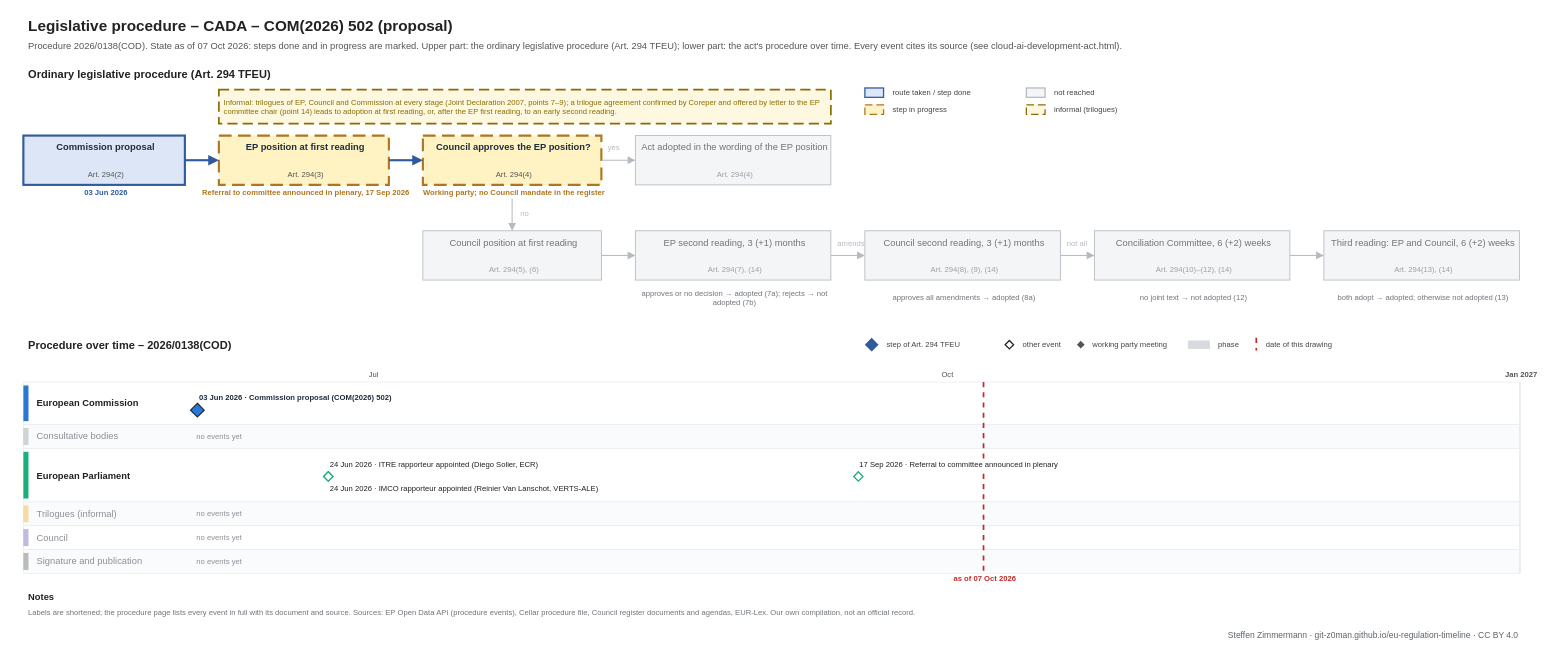
git-z0man/eu-regulation-timeline keeps this draw.io diagram as procedures/cloud-ai-development-act.drawio. Above is the earlier version. Source tidied: cells renumbered, new cells numbered last; positions are measured from the earlier drawing's top-left corner, leaving out a move shared by most shapes. Both pictures are drawn from the tidied source at 85%, with x=0, y=0 at pixel (14, 14).
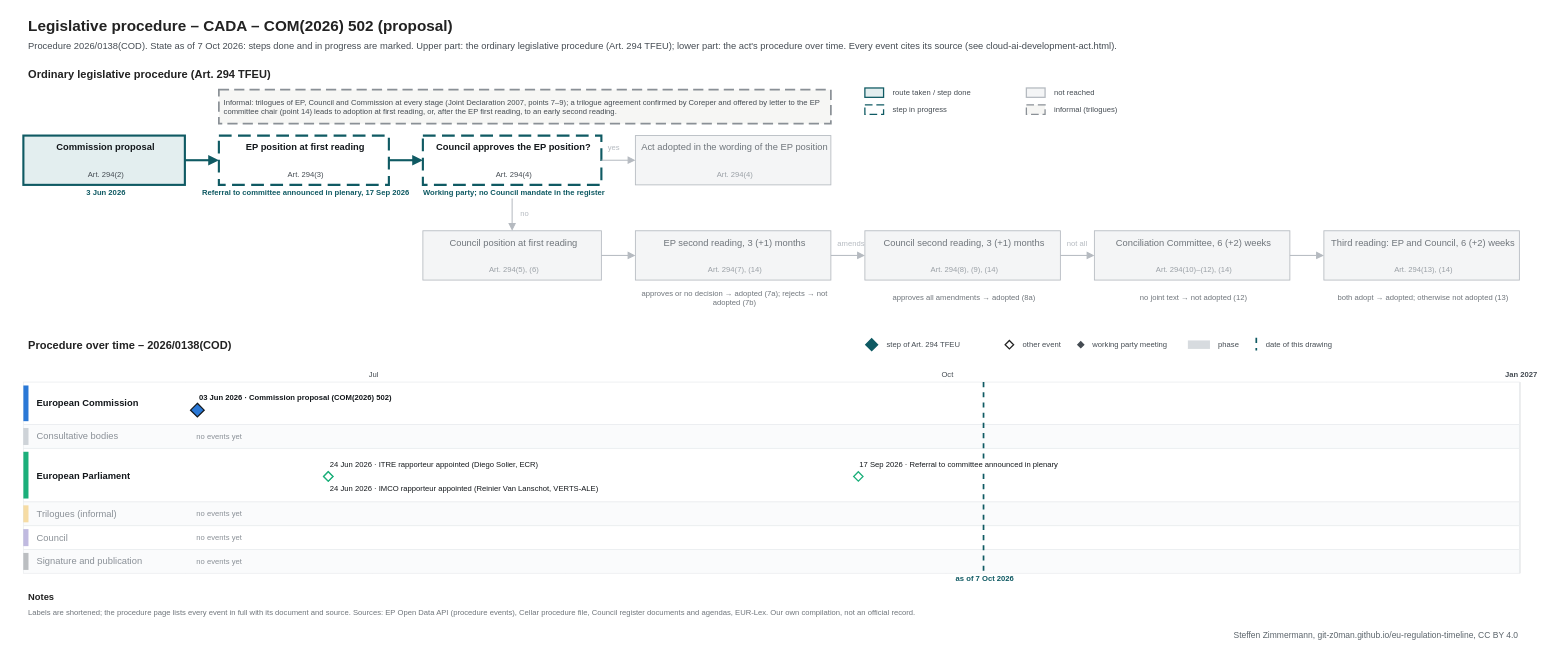
After the change.

Diff of the diagram source:
```diff
@@
-    <mxCell id="3" value="Procedure 2026/0138(COD). State as of 07 Oct 2026: steps done and in progress are marked. Upper part: the ordinary legislative procedure (Art. 294 TFEU); lower part: the act's procedure over time. Every event cites its source (see cloud-ai-development-act.html)." style="text;html=1;fontSize=11;fontColor=#555555;align=left;verticalAlign=middle;spacingLeft=4;" parent="1" vertex="1">
+    <mxCell id="3" value="Procedure 2026/0138(COD). State as of 7 Oct 2026: steps done and in progress are marked. Upper part: the ordinary legislative procedure (Art. 294 TFEU); lower part: the act's procedure over time. Every event cites its source (see cloud-ai-development-act.html)." style="text;html=1;fontSize=11;fontColor=#454c53;align=left;verticalAlign=middle;spacingLeft=4;" parent="1" vertex="1">
       <mxGeometry x="10" y="28" width="1700" height="18" as="geometry" />
     </mxCell>
@@
-    <mxCell id="5" style="rounded=0;arcSize=50;fillColor=#dce6f6;strokeColor=#2f5a9e;strokeWidth=1.5;" parent="1" vertex="1">
+    <mxCell id="5" style="rounded=0;arcSize=50;fillColor=#e3eeef;strokeColor=#0f5a63;strokeWidth=1.5;" parent="1" vertex="1">
       <mxGeometry x="1000" y="86" width="22" height="11" as="geometry" />
     </mxCell>
-    <mxCell id="6" value="route taken / step done" style="text;html=1;fontSize=9;fontColor=#444444;align=left;verticalAlign=middle;spacingLeft=4;" parent="1" vertex="1">
+    <mxCell id="6" value="route taken / step done" style="text;html=1;fontSize=9;fontColor=#454c53;align=left;verticalAlign=middle;spacingLeft=4;" parent="1" vertex="1">
       <mxGeometry x="1027" y="84" width="150" height="15" as="geometry" />
     </mxCell>
-    <mxCell id="7" style="rounded=0;arcSize=50;fillColor=#fff3c4;strokeColor=#b07520;dashed=1;dashPattern=6 3;strokeWidth=2;strokeWidth=1.5;" parent="1" vertex="1">
+    <mxCell id="7" style="rounded=0;arcSize=50;fillColor=#ffffff;strokeColor=#0f5a63;dashed=1;dashPattern=6 3;strokeWidth=2;strokeWidth=1.5;" parent="1" vertex="1">
       <mxGeometry x="1000" y="106" width="22" height="11" as="geometry" />
     </mxCell>
-    <mxCell id="8" value="step in progress" style="text;html=1;fontSize=9;fontColor=#444444;align=left;verticalAlign=middle;spacingLeft=4;" parent="1" vertex="1">
+    <mxCell id="8" value="step in progress" style="text;html=1;fontSize=9;fontColor=#454c53;align=left;verticalAlign=middle;spacingLeft=4;" parent="1" vertex="1">
       <mxGeometry x="1027" y="104" width="150" height="15" as="geometry" />
     </mxCell>
@@
-    <mxCell id="10" value="not reached" style="text;html=1;fontSize=9;fontColor=#444444;align=left;verticalAlign=middle;spacingLeft=4;" parent="1" vertex="1">
+    <mxCell id="10" value="not reached" style="text;html=1;fontSize=9;fontColor=#454c53;align=left;verticalAlign=middle;spacingLeft=4;" parent="1" vertex="1">
       <mxGeometry x="1217" y="84" width="150" height="15" as="geometry" />
     </mxCell>
-    <mxCell id="11" style="rounded=0;arcSize=50;fillColor=#fff8e1;strokeColor=#8a6d00;dashed=1;dashPattern=6 3;strokeWidth=2;strokeWidth=1.5;" parent="1" vertex="1">
+    <mxCell id="11" style="rounded=0;arcSize=50;fillColor=#f6f6f4;strokeColor=#8a9096;dashed=1;dashPattern=6 3;strokeWidth=2;strokeWidth=1.5;" parent="1" vertex="1">
       <mxGeometry x="1190" y="106" width="22" height="11" as="geometry" />
     </mxCell>
-    <mxCell id="12" value="informal (trilogues)" style="text;html=1;fontSize=9;fontColor=#444444;align=left;verticalAlign=middle;spacingLeft=4;" parent="1" vertex="1">
+    <mxCell id="12" value="informal (trilogues)" style="text;html=1;fontSize=9;fontColor=#454c53;align=left;verticalAlign=middle;spacingLeft=4;" parent="1" vertex="1">
       <mxGeometry x="1217" y="104" width="150" height="15" as="geometry" />
     </mxCell>
-    <mxCell id="13" style="rounded=0;arcSize=50;fillColor=#dce6f6;strokeColor=#2f5a9e;strokeWidth=2.5;" parent="1" vertex="1">
+    <mxCell id="13" style="rounded=0;arcSize=50;fillColor=#e3eeef;strokeColor=#0f5a63;strokeWidth=2.5;" parent="1" vertex="1">
       <mxGeometry x="10" y="142" width="190" height="58" as="geometry" />
     </mxCell>
-    <mxCell id="14" value="Commission proposal" style="text;html=1;fontSize=11;fontColor=#1f2d3d;align=center;verticalAlign=middle;spacingLeft=4;fontStyle=1;whiteSpace=wrap;" parent="1" vertex="1">
+    <mxCell id="14" value="Commission proposal" style="text;html=1;fontSize=11;fontColor=#14181c;align=center;verticalAlign=middle;spacingLeft=4;fontStyle=1;whiteSpace=wrap;" parent="1" vertex="1">
       <mxGeometry x="10" y="146" width="190" height="20" as="geometry" />
     </mxCell>
-    <mxCell id="15" value="Art. 294(2)" style="text;html=1;fontSize=9;fontColor=#555555;align=center;verticalAlign=middle;spacingLeft=4;" parent="1" vertex="1">
+    <mxCell id="15" value="Art. 294(2)" style="text;html=1;fontSize=9;fontColor=#454c53;align=center;verticalAlign=middle;spacingLeft=4;" parent="1" vertex="1">
       <mxGeometry x="10" y="180" width="190" height="16" as="geometry" />
     </mxCell>
-    <mxCell id="16" value="03 Jun 2026" style="text;html=1;fontSize=9;fontColor=#2f5a9e;align=center;verticalAlign=middle;spacingLeft=4;fontStyle=1;" parent="1" vertex="1">
+    <mxCell id="16" value="3 Jun 2026" style="text;html=1;fontSize=9;fontColor=#0f5a63;align=center;verticalAlign=middle;spacingLeft=4;fontStyle=1;" parent="1" vertex="1">
       <mxGeometry y="202" width="210" height="14" as="geometry" />
     </mxCell>
-    <mxCell id="17" style="rounded=0;arcSize=50;fillColor=#fff3c4;strokeColor=#b07520;dashed=1;dashPattern=6 3;strokeWidth=2;strokeWidth=2.5;" parent="1" vertex="1">
+    <mxCell id="17" style="rounded=0;arcSize=50;fillColor=#ffffff;strokeColor=#0f5a63;dashed=1;dashPattern=6 3;strokeWidth=2;strokeWidth=2.5;" parent="1" vertex="1">
       <mxGeometry x="240" y="142" width="200" height="58" as="geometry" />
     </mxCell>
-    <mxCell id="18" value="EP position at first reading" style="text;html=1;fontSize=11;fontColor=#1f2d3d;align=center;verticalAlign=middle;spacingLeft=4;fontStyle=1;whiteSpace=wrap;" parent="1" vertex="1">
+    <mxCell id="18" value="EP position at first reading" style="text;html=1;fontSize=11;fontColor=#14181c;align=center;verticalAlign=middle;spacingLeft=4;fontStyle=1;whiteSpace=wrap;" parent="1" vertex="1">
       <mxGeometry x="240" y="146" width="200" height="20" as="geometry" />
     </mxCell>
-    <mxCell id="19" value="Art. 294(3)" style="text;html=1;fontSize=9;fontColor=#555555;align=center;verticalAlign=middle;spacingLeft=4;" parent="1" vertex="1">
+    <mxCell id="19" value="Art. 294(3)" style="text;html=1;fontSize=9;fontColor=#454c53;align=center;verticalAlign=middle;spacingLeft=4;" parent="1" vertex="1">
       <mxGeometry x="240" y="180" width="200" height="16" as="geometry" />
     </mxCell>
-    <mxCell id="20" value="Referral to committee announced in plenary, 17 Sep 2026" style="text;html=1;fontSize=9;fontColor=#b07520;align=center;verticalAlign=middle;spacingLeft=4;fontStyle=1;" parent="1" vertex="1">
+    <mxCell id="20" value="Referral to committee announced in plenary, 17 Sep 2026" style="text;html=1;fontSize=9;fontColor=#0f5a63;align=center;verticalAlign=middle;spacingLeft=4;fontStyle=1;" parent="1" vertex="1">
       <mxGeometry x="230" y="202" width="220" height="14" as="geometry" />
     </mxCell>
-    <mxCell id="21" style="rounded=0;arcSize=50;fillColor=#fff3c4;strokeColor=#b07520;dashed=1;dashPattern=6 3;strokeWidth=2;strokeWidth=2.5;" parent="1" vertex="1">
+    <mxCell id="21" style="rounded=0;arcSize=50;fillColor=#ffffff;strokeColor=#0f5a63;dashed=1;dashPattern=6 3;strokeWidth=2;strokeWidth=2.5;" parent="1" vertex="1">
       <mxGeometry x="480" y="142" width="210" height="58" as="geometry" />
     </mxCell>
-    <mxCell id="22" value="Council approves the EP position?" style="text;html=1;fontSize=11;fontColor=#1f2d3d;align=center;verticalAlign=middle;spacingLeft=4;fontStyle=1;whiteSpace=wrap;" parent="1" vertex="1">
+    <mxCell id="22" value="Council approves the EP position?" style="text;html=1;fontSize=11;fontColor=#14181c;align=center;verticalAlign=middle;spacingLeft=4;fontStyle=1;whiteSpace=wrap;" parent="1" vertex="1">
       <mxGeometry x="480" y="146" width="210" height="20" as="geometry" />
     </mxCell>
-    <mxCell id="23" value="Art. 294(4)" style="text;html=1;fontSize=9;fontColor=#555555;align=center;verticalAlign=middle;spacingLeft=4;" parent="1" vertex="1">
+    <mxCell id="23" value="Art. 294(4)" style="text;html=1;fontSize=9;fontColor=#454c53;align=center;verticalAlign=middle;spacingLeft=4;" parent="1" vertex="1">
       <mxGeometry x="480" y="180" width="210" height="16" as="geometry" />
     </mxCell>
-    <mxCell id="24" value="Working party; no Council mandate in the register" style="text;html=1;fontSize=9;fontColor=#b07520;align=center;verticalAlign=middle;spacingLeft=4;fontStyle=1;" parent="1" vertex="1">
+    <mxCell id="24" value="Working party; no Council mandate in the register" style="text;html=1;fontSize=9;fontColor=#0f5a63;align=center;verticalAlign=middle;spacingLeft=4;fontStyle=1;" parent="1" vertex="1">
       <mxGeometry x="470" y="202" width="230" height="14" as="geometry" />
     </mxCell>
@@
-    <mxCell id="47" style="endArrow=block;endFill=1;html=1;rounded=0;strokeColor=#2f5a9e;strokeWidth=2.5;" parent="1" edge="1">
+    <mxCell id="47" style="endArrow=block;endFill=1;html=1;rounded=0;strokeColor=#0f5a63;strokeWidth=2.5;" parent="1" edge="1">
       <mxGeometry relative="1" as="geometry">
         <mxPoint x="200" y="171" as="sourcePoint" />
         <mxPoint x="240" y="171" as="targetPoint" />
       </mxGeometry>
     </mxCell>
-    <mxCell id="48" style="endArrow=block;endFill=1;html=1;rounded=0;strokeColor=#2f5a9e;strokeWidth=2.5;" parent="1" edge="1">
+    <mxCell id="48" style="endArrow=block;endFill=1;html=1;rounded=0;strokeColor=#0f5a63;strokeWidth=2.5;" parent="1" edge="1">
       <mxGeometry relative="1" as="geometry">
         <mxPoint x="440" y="171" as="sourcePoint" />
         <mxPoint x="480" y="171" as="targetPoint" />
       </mxGeometry>
     </mxCell>
@@
-    <mxCell id="59" style="rounded=0;arcSize=50;fillColor=#fff8e1;strokeColor=#8a6d00;dashed=1;dashPattern=6 3;strokeWidth=2;" parent="1" vertex="1">
+    <mxCell id="59" style="rounded=0;arcSize=50;fillColor=#f6f6f4;strokeColor=#8a9096;dashed=1;dashPattern=6 3;strokeWidth=2;" parent="1" vertex="1">
       <mxGeometry x="240" y="88" width="720" height="40" as="geometry" />
     </mxCell>
-    <mxCell id="60" value="Informal: trilogues of EP, Council and Commission at every stage (Joint Declaration 2007, points 7–9); a trilogue agreement confirmed by Coreper and offered by letter to the EP committee chair (point 14) leads to adoption at first reading, or, after the EP first reading, to an early second reading." style="text;html=1;fontSize=9;fontColor=#8a6d00;align=left;verticalAlign=middle;spacingLeft=4;whiteSpace=wrap;" parent="1" vertex="1">
+    <mxCell id="60" value="Informal: trilogues of EP, Council and Commission at every stage (Joint Declaration 2007, points 7–9); a trilogue agreement confirmed by Coreper and offered by letter to the EP committee chair (point 14) leads to adoption at first reading, or, after the EP first reading, to an early second reading." style="text;html=1;fontSize=9;fontColor=#454c53;align=left;verticalAlign=middle;spacingLeft=4;whiteSpace=wrap;" parent="1" vertex="1">
       <mxGeometry x="240" y="88" width="720" height="40" as="geometry" />
     </mxCell>
@@
-    <mxCell id="62" style="rhombus;fillColor=#2f5a9e;strokeColor=#2f5a9e;strokeWidth=1.5;" parent="1" vertex="1">
+    <mxCell id="62" style="rhombus;fillColor=#0f5a63;strokeColor=#0f5a63;strokeWidth=1.5;" parent="1" vertex="1">
       <mxGeometry x="1001" y="381" width="14" height="14" as="geometry" />
     </mxCell>
-    <mxCell id="63" value="step of Art. 294 TFEU" style="text;html=1;fontSize=9;fontColor=#444444;align=left;verticalAlign=middle;spacingLeft=4;" parent="1" vertex="1">
+    <mxCell id="63" value="step of Art. 294 TFEU" style="text;html=1;fontSize=9;fontColor=#454c53;align=left;verticalAlign=middle;spacingLeft=4;" parent="1" vertex="1">
       <mxGeometry x="1020" y="380" width="210" height="15" as="geometry" />
     </mxCell>
@@
-    <mxCell id="65" value="other event" style="text;html=1;fontSize=9;fontColor=#444444;align=left;verticalAlign=middle;spacingLeft=4;" parent="1" vertex="1">
+    <mxCell id="65" value="other event" style="text;html=1;fontSize=9;fontColor=#454c53;align=left;verticalAlign=middle;spacingLeft=4;" parent="1" vertex="1">
       <mxGeometry x="1180" y="380" width="120" height="15" as="geometry" />
     </mxCell>
-    <mxCell id="66" style="rhombus;fillColor=#555555;strokeColor=#555555;strokeWidth=1.5;" parent="1" vertex="1">
+    <mxCell id="66" style="rhombus;fillColor=#454c53;strokeColor=#454c53;strokeWidth=1.5;" parent="1" vertex="1">
       <mxGeometry x="1250.5" y="384.5" width="7" height="7" as="geometry" />
     </mxCell>
-    <mxCell id="67" value="working party meeting" style="text;html=1;fontSize=9;fontColor=#444444;align=left;verticalAlign=middle;spacingLeft=4;" parent="1" vertex="1">
+    <mxCell id="67" value="working party meeting" style="text;html=1;fontSize=9;fontColor=#454c53;align=left;verticalAlign=middle;spacingLeft=4;" parent="1" vertex="1">
       <mxGeometry x="1262" y="380" width="160" height="15" as="geometry" />
     </mxCell>
@@
-    <mxCell id="69" value="phase" style="text;html=1;fontSize=9;fontColor=#444444;align=left;verticalAlign=middle;spacingLeft=4;" parent="1" vertex="1">
+    <mxCell id="69" value="phase" style="text;html=1;fontSize=9;fontColor=#454c53;align=left;verticalAlign=middle;spacingLeft=4;" parent="1" vertex="1">
       <mxGeometry x="1410" y="380" width="160" height="15" as="geometry" />
     </mxCell>
-    <mxCell id="70" style="line;html=1;strokeWidth=2;strokeColor=#c62828;direction=south;dashed=1;" parent="1" vertex="1">
+    <mxCell id="70" style="line;html=1;strokeWidth=2;strokeColor=#0f5a63;direction=south;dashed=1;" parent="1" vertex="1">
       <mxGeometry x="1460" y="380" width="1" height="15" as="geometry" />
     </mxCell>
-    <mxCell id="71" value="date of this drawing" style="text;html=1;fontSize=9;fontColor=#444444;align=left;verticalAlign=middle;spacingLeft=4;" parent="1" vertex="1">
+    <mxCell id="71" value="date of this drawing" style="text;html=1;fontSize=9;fontColor=#454c53;align=left;verticalAlign=middle;spacingLeft=4;" parent="1" vertex="1">
       <mxGeometry x="1466" y="380" width="160" height="15" as="geometry" />
     </mxCell>
@@
-    <mxCell id="74" value="Jul" style="text;html=1;fontSize=9;fontColor=#555555;align=center;verticalAlign=middle;spacingLeft=4;" parent="1" vertex="1">
+    <mxCell id="74" value="Jul" style="text;html=1;fontSize=9;fontColor=#454c53;align=center;verticalAlign=middle;spacingLeft=4;" parent="1" vertex="1">
       <mxGeometry x="390.1" y="418" width="60" height="12" as="geometry" />
     </mxCell>
@@
-    <mxCell id="78" value="Oct" style="text;html=1;fontSize=9;fontColor=#555555;align=center;verticalAlign=middle;spacingLeft=4;" parent="1" vertex="1">
+    <mxCell id="78" value="Oct" style="text;html=1;fontSize=9;fontColor=#454c53;align=center;verticalAlign=middle;spacingLeft=4;" parent="1" vertex="1">
       <mxGeometry x="1065" y="418" width="60" height="12" as="geometry" />
     </mxCell>
@@
-    <mxCell id="82" value="Jan 2027" style="text;html=1;fontSize=9;fontColor=#555555;align=center;verticalAlign=middle;spacingLeft=4;fontStyle=1;" parent="1" vertex="1">
+    <mxCell id="82" value="Jan 2027" style="text;html=1;fontSize=9;fontColor=#454c53;align=center;verticalAlign=middle;spacingLeft=4;fontStyle=1;" parent="1" vertex="1">
       <mxGeometry x="1740" y="418" width="60" height="12" as="geometry" />
     </mxCell>
@@
-    <mxCell id="85" value="European Commission" style="text;html=1;fontSize=11;fontColor=#222222;align=left;verticalAlign=middle;spacingLeft=4;fontStyle=1;whiteSpace=wrap;" parent="1" vertex="1">
+    <mxCell id="85" value="European Commission" style="text;html=1;fontSize=11;fontColor=#14181c;align=left;verticalAlign=middle;spacingLeft=4;fontStyle=1;whiteSpace=wrap;" parent="1" vertex="1">
       <mxGeometry x="20" y="432" width="174" height="50" as="geometry" />
     </mxCell>
@@
-    <mxCell id="92" value="European Parliament" style="text;html=1;fontSize=11;fontColor=#222222;align=left;verticalAlign=middle;spacingLeft=4;fontStyle=1;whiteSpace=wrap;" parent="1" vertex="1">
+    <mxCell id="92" value="European Parliament" style="text;html=1;fontSize=11;fontColor=#14181c;align=left;verticalAlign=middle;spacingLeft=4;fontStyle=1;whiteSpace=wrap;" parent="1" vertex="1">
       <mxGeometry x="20" y="510" width="174" height="63" as="geometry" />
     </mxCell>
@@
-    <mxCell id="102" style="rounded=0;arcSize=50;fillColor=#444444;strokeColor=none;opacity=35;" parent="1" vertex="1">
+    <mxCell id="102" style="rounded=0;arcSize=50;fillColor=#454c53;strokeColor=none;opacity=35;" parent="1" vertex="1">
       <mxGeometry x="10" y="633" width="6" height="20" as="geometry" />
     </mxCell>
@@
-    <mxCell id="105" style="line;html=1;strokeWidth=2;strokeColor=#c62828;direction=south;dashed=1;" parent="1" vertex="1">
+    <mxCell id="105" style="line;html=1;strokeWidth=2;strokeColor=#0f5a63;direction=south;dashed=1;" parent="1" vertex="1">
       <mxGeometry x="1139.1" y="432" width="1" height="225" as="geometry" />
     </mxCell>
-    <mxCell id="106" value="as of 07 Oct 2026" style="text;html=1;fontSize=9;fontColor=#c62828;align=center;verticalAlign=middle;spacingLeft=4;fontStyle=1;" parent="1" vertex="1">
+    <mxCell id="106" value="as of 7 Oct 2026" style="text;html=1;fontSize=9;fontColor=#0f5a63;align=center;verticalAlign=middle;spacingLeft=4;fontStyle=1;" parent="1" vertex="1">
       <mxGeometry x="1079.1" y="658" width="120" height="12" as="geometry" />
     </mxCell>
-    <mxCell id="107" value="03 Jun 2026 · Commission proposal (COM(2026) 502)" style="text;html=1;fontSize=9;fontColor=#1f2d3d;align=left;verticalAlign=middle;spacingLeft=4;fontStyle=1;fillColor=#ffffff;" parent="1" vertex="1">
+    <mxCell id="107" value="03 Jun 2026 · Commission proposal (COM(2026) 502)" style="text;html=1;fontSize=9;fontColor=#14181c;align=left;verticalAlign=middle;spacingLeft=4;fontStyle=1;fillColor=#ffffff;" parent="1" vertex="1">
       <mxGeometry x="210.7" y="445" width="253" height="12" as="geometry" />
     </mxCell>
-    <mxCell id="108" style="rhombus;fillColor=#2a78d6;strokeColor=#1f2d3d;strokeWidth=1.5;" parent="1" vertex="1">
+    <mxCell id="108" style="rhombus;fillColor=#2a78d6;strokeColor=#14181c;strokeWidth=1.5;" parent="1" vertex="1">
       <mxGeometry x="206.7" y="457" width="16" height="16" as="geometry" />
     </mxCell>
-    <mxCell id="109" value="24 Jun 2026 · ITRE rapporteur appointed (Diego Solier, ECR)" style="text;html=1;fontSize=9;fontColor=#222222;align=left;verticalAlign=middle;spacingLeft=4;fillColor=#ffffff;" parent="1" vertex="1">
+    <mxCell id="109" value="24 Jun 2026 · ITRE rapporteur appointed (Diego Solier, ECR)" style="text;html=1;fontSize=9;fontColor=#14181c;align=left;verticalAlign=middle;spacingLeft=4;fillColor=#ffffff;" parent="1" vertex="1">
       <mxGeometry x="364.7" y="523" width="285.3" height="12" as="geometry" />
     </mxCell>
-    <mxCell id="110" value="24 Jun 2026 · IMCO rapporteur appointed (Reinier Van Lanschot, VERTS-ALE)" style="text;html=1;fontSize=9;fontColor=#222222;align=left;verticalAlign=middle;spacingLeft=4;fillColor=#ffffff;" parent="1" vertex="1">
+    <mxCell id="110" value="24 Jun 2026 · IMCO rapporteur appointed (Reinier Van Lanschot, VERTS-ALE)" style="text;html=1;fontSize=9;fontColor=#14181c;align=left;verticalAlign=middle;spacingLeft=4;fillColor=#ffffff;" parent="1" vertex="1">
       <mxGeometry x="364.7" y="552" width="351.1" height="12" as="geometry" />
     </mxCell>
-    <mxCell id="111" value="17 Sep 2026 · Referral to committee announced in plenary" style="text;html=1;fontSize=9;fontColor=#222222;align=left;verticalAlign=middle;spacingLeft=4;fillColor=#ffffff;" parent="1" vertex="1">
+    <mxCell id="111" value="17 Sep 2026 · Referral to committee announced in plenary" style="text;html=1;fontSize=9;fontColor=#14181c;align=left;verticalAlign=middle;spacingLeft=4;fillColor=#ffffff;" parent="1" vertex="1">
       <mxGeometry x="988.3" y="523" width="271.2" height="12" as="geometry" />
     </mxCell>
@@
-    <mxCell id="117" value="Steffen Zimmermann · git-z0man.github.io/eu-regulation-timeline · CC BY 4.0" style="text;html=1;fontSize=10;fontColor=#5b646b;align=right;verticalAlign=middle;spacingLeft=4;" parent="1" vertex="1">
+    <mxCell id="117" value="Steffen Zimmermann, git-z0man.github.io/eu-regulation-timeline, CC BY 4.0" style="text;html=1;fontSize=10;fontColor=#5b646b;align=right;verticalAlign=middle;spacingLeft=4;" parent="1" vertex="1">
       <mxGeometry x="10" y="721" width="1760" height="16" as="geometry" />
     </mxCell>
```
